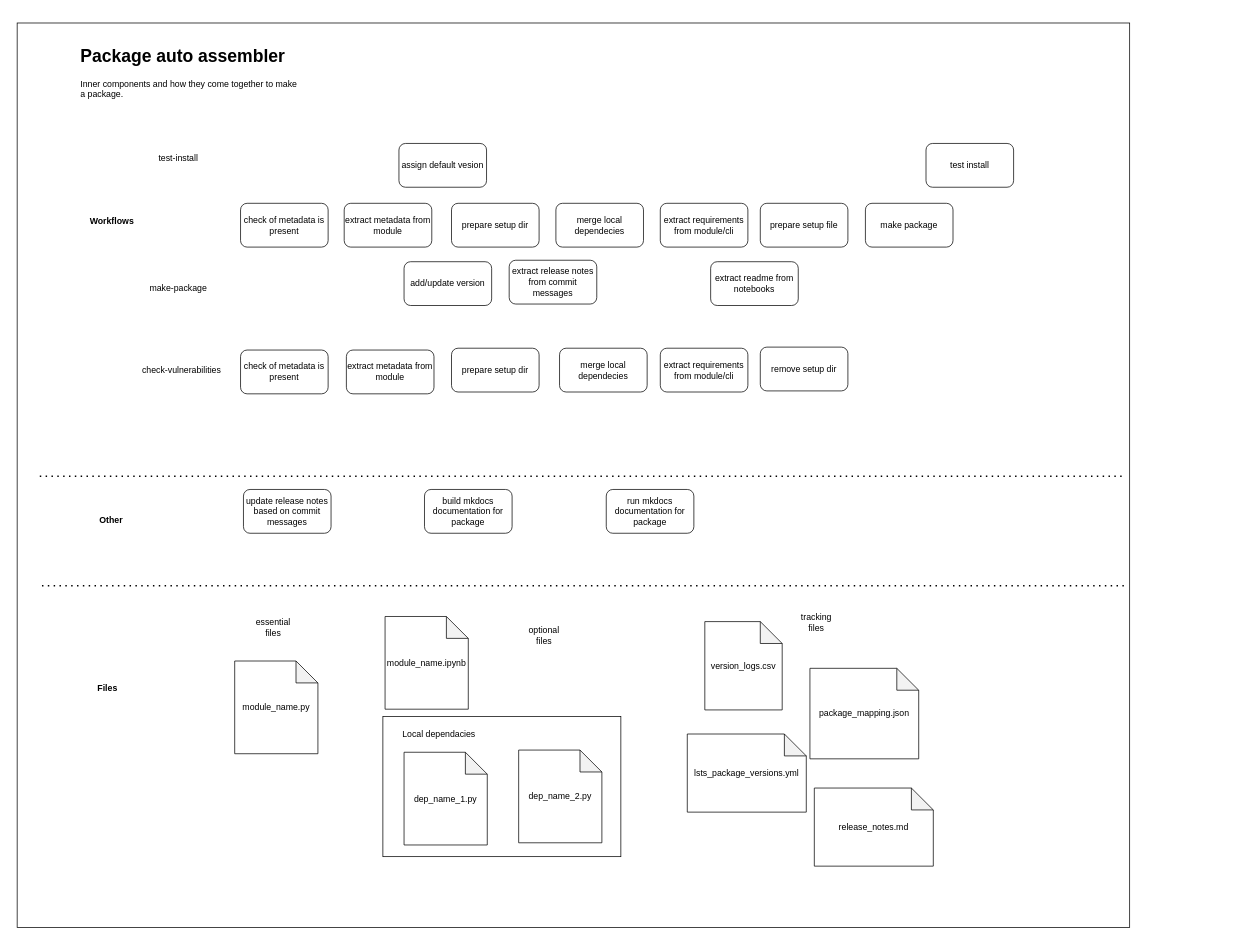
This is page "flow" (2 of 2) of drawio/package_auto_assembler.drawio from Kiril-Mordan/reusables, a draw.io file, before an edit. Source tidied: cells renumbered, new cells numbered last; positions are measured from the earlier drawing's top-left corner, leaving out a move shared by most shapes. Both pictures are drawn from the tidied source at 73%, with x=0, y=0 at pixel (17, 23).
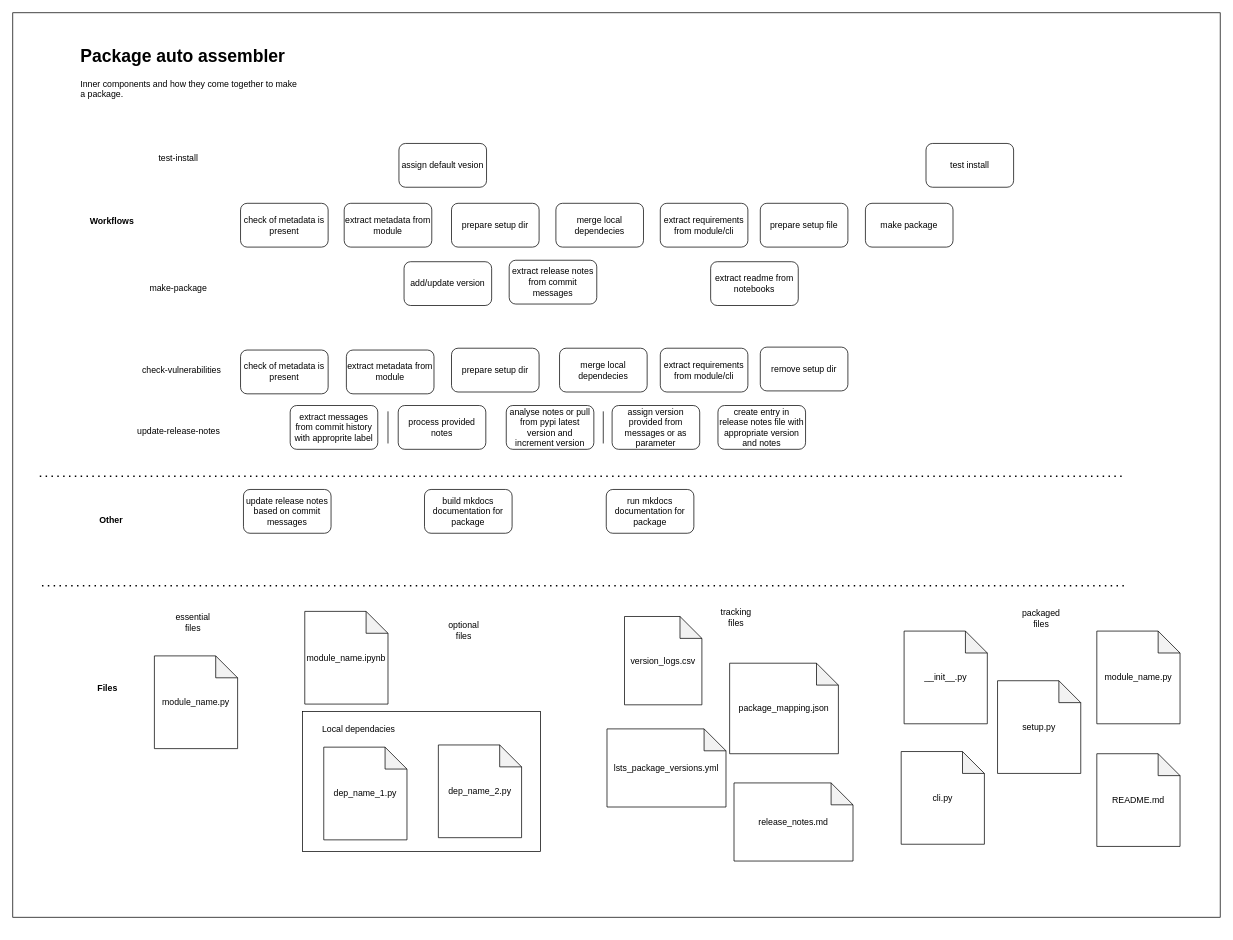
Above is the later version.

Commit message (it also covers changes not shown here):
[package_auto_assembler] independent cli tool for updating release notes with automatic versioning

What changed in the source:
```diff
@@
     <mxCell id="2" style="rounded=0;whiteSpace=wrap;html=1;" parent="1" vertex="1">
-      <mxGeometry width="1524" height="1239" as="geometry" />
+      <mxGeometry x="-6" y="-14" width="1654" height="1239" as="geometry" />
     </mxCell>
     <mxCell id="3" value="module_name.py" style="shape=note;whiteSpace=wrap;html=1;backgroundOutline=1;darkOpacity=0.05;" parent="1" vertex="1">
-      <mxGeometry x="298" y="874" width="114" height="127" as="geometry" />
+      <mxGeometry x="188" y="867" width="114" height="127" as="geometry" />
     </mxCell>
@@
     <mxCell id="7" style="rounded=0;whiteSpace=wrap;html=1;" parent="1" vertex="1">
-      <mxGeometry x="501" y="950" width="326" height="192" as="geometry" />
+      <mxGeometry x="391" y="943" width="326" height="192" as="geometry" />
     </mxCell>
     <mxCell id="8" value="dep_name_1.py" style="shape=note;whiteSpace=wrap;html=1;backgroundOutline=1;darkOpacity=0.05;" parent="1" vertex="1">
-      <mxGeometry x="530" y="999" width="114" height="127" as="geometry" />
+      <mxGeometry x="420" y="992" width="114" height="127" as="geometry" />
     </mxCell>
     <mxCell id="9" value="dep_name_2.py" style="shape=note;whiteSpace=wrap;html=1;backgroundOutline=1;darkOpacity=0.05;" parent="1" vertex="1">
-      <mxGeometry x="687" y="996" width="114" height="127" as="geometry" />
+      <mxGeometry x="577" y="989" width="114" height="127" as="geometry" />
     </mxCell>
     <mxCell id="10" value="Local dependacies" style="text;html=1;align=center;verticalAlign=middle;whiteSpace=wrap;rounded=0;" parent="1" vertex="1">
-      <mxGeometry x="509" y="960" width="138" height="29" as="geometry" />
+      <mxGeometry x="399" y="953" width="138" height="29" as="geometry" />
     </mxCell>
     <mxCell id="11" value="module_name.ipynb" style="shape=note;whiteSpace=wrap;html=1;backgroundOutline=1;darkOpacity=0.05;" parent="1" vertex="1">
-      <mxGeometry x="504" y="813" width="114" height="127" as="geometry" />
+      <mxGeometry x="394" y="806" width="114" height="127" as="geometry" />
     </mxCell>
@@
     <mxCell id="24" value="essential files" style="text;html=1;align=center;verticalAlign=middle;whiteSpace=wrap;rounded=0;" parent="1" vertex="1">
-      <mxGeometry x="321" y="813" width="60" height="30" as="geometry" />
+      <mxGeometry x="211" y="806" width="60" height="30" as="geometry" />
     </mxCell>
     <mxCell id="25" value="optional files" style="text;html=1;align=center;verticalAlign=middle;whiteSpace=wrap;rounded=0;" parent="1" vertex="1">
-      <mxGeometry x="692" y="824" width="60" height="30" as="geometry" />
+      <mxGeometry x="582" y="817" width="60" height="30" as="geometry" />
     </mxCell>
     <mxCell id="26" value="package_mapping.json" style="shape=note;whiteSpace=wrap;html=1;backgroundOutline=1;darkOpacity=0.05;" parent="1" vertex="1">
-      <mxGeometry x="1086" y="884" width="149" height="124" as="geometry" />
+      <mxGeometry x="976" y="877" width="149" height="124" as="geometry" />
     </mxCell>
     <mxCell id="27" value="version_logs.csv" style="shape=note;whiteSpace=wrap;html=1;backgroundOutline=1;darkOpacity=0.05;" parent="1" vertex="1">
-      <mxGeometry x="942" y="820" width="106" height="121" as="geometry" />
+      <mxGeometry x="832" y="813" width="106" height="121" as="geometry" />
     </mxCell>
     <mxCell id="28" value="lsts_package_versions.yml" style="shape=note;whiteSpace=wrap;html=1;backgroundOutline=1;darkOpacity=0.05;" parent="1" vertex="1">
-      <mxGeometry x="918" y="974" width="163" height="107" as="geometry" />
+      <mxGeometry x="808" y="967" width="163" height="107" as="geometry" />
     </mxCell>
     <mxCell id="29" value="tracking files" style="text;html=1;align=center;verticalAlign=middle;whiteSpace=wrap;rounded=0;" parent="1" vertex="1">
-      <mxGeometry x="1065" y="806" width="60" height="30" as="geometry" />
+      <mxGeometry x="955" y="799" width="60" height="30" as="geometry" />
     </mxCell>
     <mxCell id="30" value="release_notes.md" style="shape=note;whiteSpace=wrap;html=1;backgroundOutline=1;darkOpacity=0.05;" parent="1" vertex="1">
-      <mxGeometry x="1092" y="1048" width="163" height="107" as="geometry" />
+      <mxGeometry x="982" y="1041" width="163" height="107" as="geometry" />
     </mxCell>
@@
+    <mxCell id="46" value="packaged files" style="text;html=1;align=center;verticalAlign=middle;whiteSpace=wrap;rounded=0;" parent="1" vertex="1">
+      <mxGeometry x="1373" y="801" width="60" height="30" as="geometry" />
+    </mxCell>
+    <mxCell id="47" value="module_name.py" style="shape=note;whiteSpace=wrap;html=1;backgroundOutline=1;darkOpacity=0.05;" parent="1" vertex="1">
+      <mxGeometry x="1479" y="833" width="114" height="127" as="geometry" />
+    </mxCell>
+    <mxCell id="48" value="__init__.py" style="shape=note;whiteSpace=wrap;html=1;backgroundOutline=1;darkOpacity=0.05;" parent="1" vertex="1">
+      <mxGeometry x="1215" y="833" width="114" height="127" as="geometry" />
+    </mxCell>
+    <mxCell id="49" value="cli.py" style="shape=note;whiteSpace=wrap;html=1;backgroundOutline=1;darkOpacity=0.05;" parent="1" vertex="1">
+      <mxGeometry x="1211" y="998" width="114" height="127" as="geometry" />
+    </mxCell>
+    <mxCell id="50" value="README.md" style="shape=note;whiteSpace=wrap;html=1;backgroundOutline=1;darkOpacity=0.05;" parent="1" vertex="1">
+      <mxGeometry x="1479" y="1001" width="114" height="127" as="geometry" />
+    </mxCell>
+    <mxCell id="51" value="setup.py" style="shape=note;whiteSpace=wrap;html=1;backgroundOutline=1;darkOpacity=0.05;" parent="1" vertex="1">
+      <mxGeometry x="1343" y="901" width="114" height="127" as="geometry" />
+    </mxCell>
+    <mxCell id="52" value="update-release-notes" style="text;html=1;align=center;verticalAlign=middle;whiteSpace=wrap;rounded=0;" parent="1" vertex="1">
+      <mxGeometry x="155.5" y="545" width="131" height="29" as="geometry" />
+    </mxCell>
+    <mxCell id="53" value="extract messages from commit history with approprite label" style="rounded=1;whiteSpace=wrap;html=1;" parent="1" vertex="1">
+      <mxGeometry x="374" y="524" width="120" height="60" as="geometry" />
+    </mxCell>
+    <mxCell id="54" style="endArrow=none;html=1;rounded=0;" parent="1" edge="1">
+      <mxGeometry relative="1" as="geometry">
+        <mxPoint x="508" y="576" as="sourcePoint" />
+        <mxPoint x="508" y="532" as="targetPoint" />
+      </mxGeometry>
+    </mxCell>
+    <mxCell id="55" value="process provided notes" style="rounded=1;whiteSpace=wrap;html=1;" parent="1" vertex="1">
+      <mxGeometry x="522" y="524" width="120" height="60" as="geometry" />
+    </mxCell>
+    <mxCell id="56" value="analyse notes or pull from pypi latest version and increment version" style="rounded=1;whiteSpace=wrap;html=1;" parent="1" vertex="1">
+      <mxGeometry x="670" y="524" width="120" height="60" as="geometry" />
+    </mxCell>
+    <mxCell id="57" style="endArrow=none;html=1;rounded=0;" parent="1" edge="1">
+      <mxGeometry relative="1" as="geometry">
+        <mxPoint x="802.9" y="576" as="sourcePoint" />
+        <mxPoint x="802.9" y="532" as="targetPoint" />
+      </mxGeometry>
+    </mxCell>
+    <mxCell id="58" value="assign version provided from messages or as parameter" style="rounded=1;whiteSpace=wrap;html=1;" parent="1" vertex="1">
+      <mxGeometry x="815" y="524" width="120" height="60" as="geometry" />
+    </mxCell>
+    <mxCell id="59" value="create entry in release notes file with appropriate version and notes" style="rounded=1;whiteSpace=wrap;html=1;" parent="1" vertex="1">
+      <mxGeometry x="960" y="524" width="120" height="60" as="geometry" />
+    </mxCell>
```
